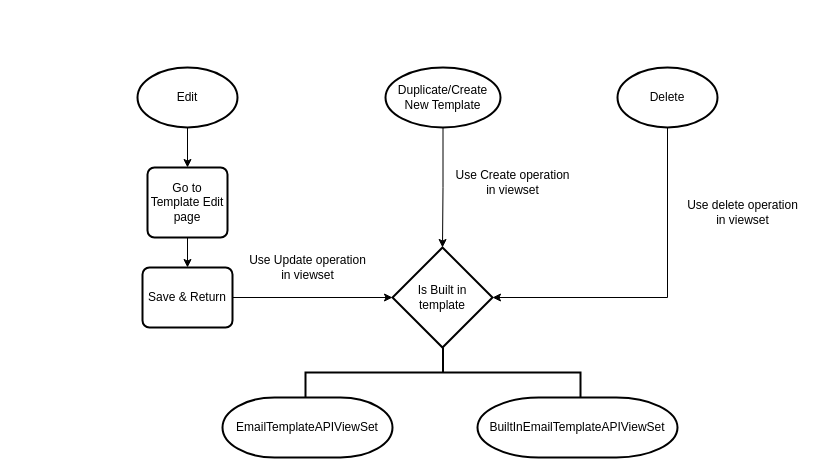
The draw.io diagram page "Page-4" (4 of 5) of Untitled Diagram.drawio in YakinRubaiat/yakinrubaiat.github.io4, before the edit. Source tidied: cells renumbered, new cells numbered last; positions are measured from the earlier drawing's top-left corner, leaving out a move shared by most shapes. Both pictures are drawn from the tidied source at 100%, with x=0, y=0 at pixel (137, 67).
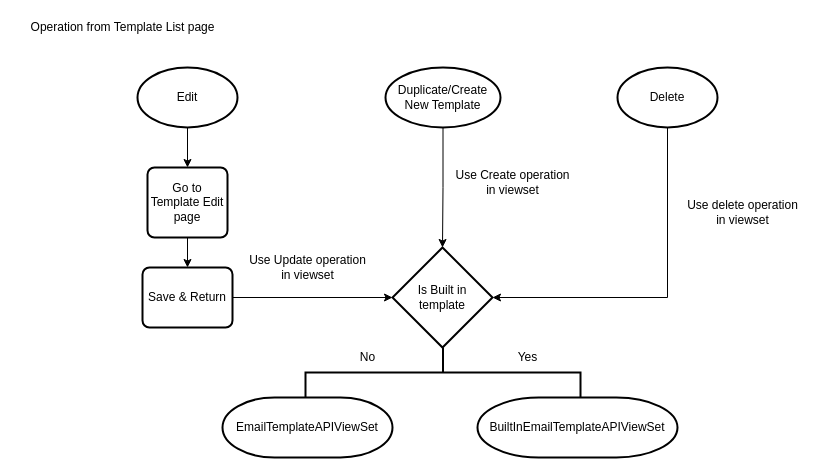
The same diagram, later.

What changed in the source:
```diff
@@
+    <mxCell id="19" value="No" style="text;html=1;align=center;verticalAlign=middle;" parent="1" vertex="1">
+      <mxGeometry x="215" y="280" width="30" height="20" as="geometry" />
+    </mxCell>
+    <mxCell id="20" value="Yes" style="text;html=1;align=center;verticalAlign=middle;" parent="1" vertex="1">
+      <mxGeometry x="370" y="280" width="40" height="20" as="geometry" />
+    </mxCell>
+    <mxCell id="21" value="Operation from Template List page" style="text;html=1;align=center;verticalAlign=middle;" parent="1" vertex="1">
+      <mxGeometry x="-120" y="-50" width="210" height="20" as="geometry" />
+    </mxCell>
```
